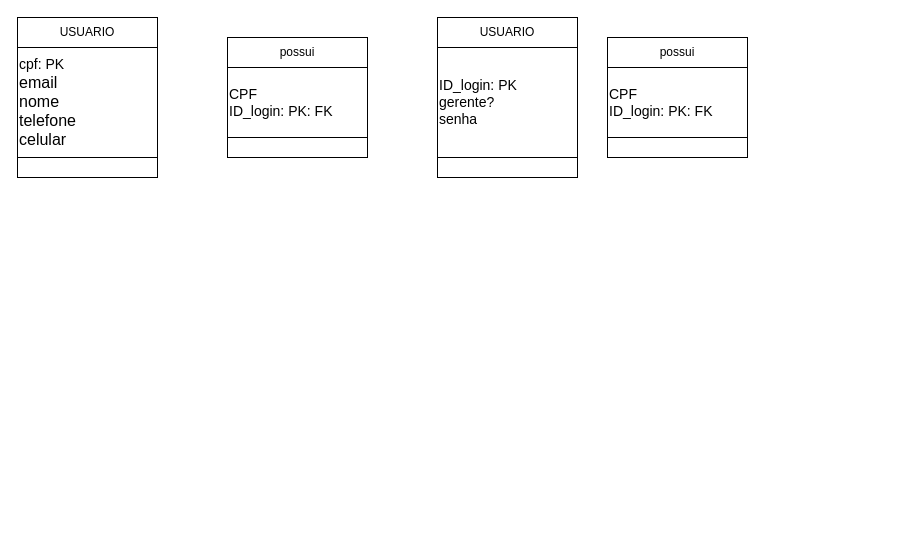
Thiago163/api_sistema_trienal keeps this draw.io diagram as lógico.drawio. Above is the earlier version. Source tidied: cells renumbered, new cells numbered last; positions are measured from the earlier drawing's top-left corner, leaving out a move shared by most shapes. Both pictures are drawn from the tidied source at 100%, with x=0, y=0 at pixel (17, 17).
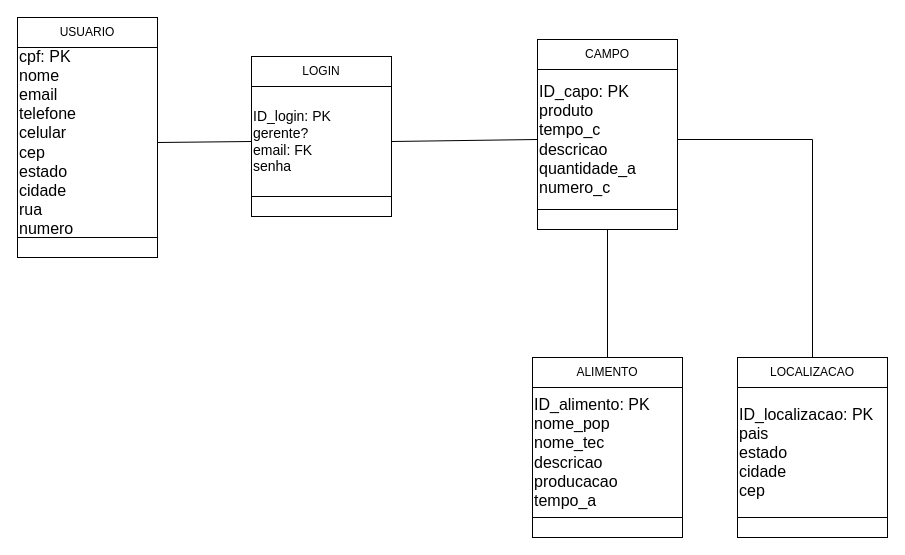
After the change.

The edit, as a diff of the source:
```diff
@@
     <mxCell id="2" style="rounded=0;whiteSpace=wrap;html=1;" parent="1" vertex="1">
-      <mxGeometry width="140" height="160" as="geometry" />
+      <mxGeometry width="140" height="240" as="geometry" />
     </mxCell>
@@
-    <mxCell id="4" value="&lt;font style=&quot;font-size: 14px;&quot;&gt;cpf: PK&lt;/font&gt;&lt;div&gt;&lt;font size=&quot;3&quot;&gt;email&lt;/font&gt;&lt;/div&gt;&lt;div&gt;&lt;font size=&quot;3&quot;&gt;nome&lt;/font&gt;&lt;/div&gt;&lt;div&gt;&lt;font size=&quot;3&quot;&gt;telefone&lt;/font&gt;&lt;/div&gt;&lt;div&gt;&lt;font size=&quot;3&quot;&gt;celular&lt;/font&gt;&lt;/div&gt;" style="rounded=0;whiteSpace=wrap;html=1;align=left;" parent="1" vertex="1">
-      <mxGeometry y="30" width="140" height="110" as="geometry" />
+    <mxCell id="4" value="&lt;div&gt;&lt;span style=&quot;font-size: medium;&quot;&gt;cpf: PK&lt;/span&gt;&lt;font size=&quot;3&quot;&gt;&lt;br&gt;&lt;/font&gt;&lt;/div&gt;&lt;div&gt;&lt;div&gt;&lt;font size=&quot;3&quot;&gt;nome&lt;/font&gt;&lt;/div&gt;&lt;/div&gt;&lt;div&gt;&lt;font size=&quot;3&quot;&gt;email&lt;/font&gt;&lt;/div&gt;&lt;div&gt;&lt;span style=&quot;font-size: medium; background-color: initial;&quot;&gt;telefone&lt;/span&gt;&lt;br&gt;&lt;/div&gt;&lt;div&gt;&lt;font size=&quot;3&quot;&gt;celular&lt;/font&gt;&lt;/div&gt;&lt;div&gt;&lt;font size=&quot;3&quot;&gt;cep&lt;/font&gt;&lt;/div&gt;&lt;div&gt;&lt;font size=&quot;3&quot;&gt;estado&lt;/font&gt;&lt;/div&gt;&lt;div&gt;&lt;font size=&quot;3&quot;&gt;cidade&lt;/font&gt;&lt;/div&gt;&lt;div&gt;&lt;font size=&quot;3&quot;&gt;rua&lt;/font&gt;&lt;/div&gt;&lt;div&gt;&lt;font size=&quot;3&quot;&gt;numero&lt;/font&gt;&lt;/div&gt;" style="rounded=0;whiteSpace=wrap;html=1;align=left;" parent="1" vertex="1">
+      <mxGeometry y="30" width="140" height="190" as="geometry" />
     </mxCell>
-    <mxCell id="5" style="rounded=0;whiteSpace=wrap;html=1;" parent="1" vertex="1">
-      <mxGeometry x="210" y="20" width="140" height="120" as="geometry" />
-    </mxCell>
-    <mxCell id="6" value="possui" style="rounded=0;whiteSpace=wrap;html=1;" parent="1" vertex="1">
-      <mxGeometry x="210" y="20" width="140" height="30" as="geometry" />
-    </mxCell>
-    <mxCell id="7" value="&lt;span style=&quot;font-size: 14px;&quot;&gt;CPF&lt;/span&gt;&lt;div&gt;&lt;span style=&quot;font-size: 14px;&quot;&gt;ID_login: PK: FK&lt;/span&gt;&lt;/div&gt;" style="rounded=0;whiteSpace=wrap;html=1;align=left;" parent="1" vertex="1">
-      <mxGeometry x="210" y="50" width="140" height="70" as="geometry" />
-    </mxCell>
     <mxCell id="8" style="rounded=0;whiteSpace=wrap;html=1;" parent="1" vertex="1">
-      <mxGeometry x="420" width="140" height="160" as="geometry" />
+      <mxGeometry x="234" y="39" width="140" height="160" as="geometry" />
     </mxCell>
-    <mxCell id="9" value="USUARIO" style="rounded=0;whiteSpace=wrap;html=1;" parent="1" vertex="1">
-      <mxGeometry x="420" width="140" height="30" as="geometry" />
+    <mxCell id="9" value="LOGIN" style="rounded=0;whiteSpace=wrap;html=1;" parent="1" vertex="1">
+      <mxGeometry x="234" y="39" width="140" height="30" as="geometry" />
     </mxCell>
-    <mxCell id="10" value="&lt;span style=&quot;font-size: 14px;&quot;&gt;ID_login: PK&lt;/span&gt;&lt;div&gt;&lt;span style=&quot;font-size: 14px;&quot;&gt;gerente?&lt;/span&gt;&lt;/div&gt;&lt;div&gt;&lt;span style=&quot;font-size: 14px;&quot;&gt;senha&lt;/span&gt;&lt;/div&gt;" style="rounded=0;whiteSpace=wrap;html=1;align=left;" parent="1" vertex="1">
-      <mxGeometry x="420" y="30" width="140" height="110" as="geometry" />
+    <mxCell id="10" value="&lt;span style=&quot;font-size: 14px;&quot;&gt;ID_login: PK&lt;/span&gt;&lt;div&gt;&lt;span style=&quot;font-size: 14px;&quot;&gt;gerente?&lt;/span&gt;&lt;/div&gt;&lt;div&gt;&lt;span style=&quot;font-size: 14px;&quot;&gt;email: FK&lt;/span&gt;&lt;/div&gt;&lt;div&gt;&lt;span style=&quot;font-size: 14px;&quot;&gt;senha&lt;/span&gt;&lt;/div&gt;" style="rounded=0;whiteSpace=wrap;html=1;align=left;" parent="1" vertex="1">
+      <mxGeometry x="234" y="69" width="140" height="110" as="geometry" />
     </mxCell>
-    <mxCell id="11" style="rounded=0;whiteSpace=wrap;html=1;" parent="1" vertex="1">
-      <mxGeometry x="590" y="20" width="140" height="120" as="geometry" />
-    </mxCell>
-    <mxCell id="12" value="possui" style="rounded=0;whiteSpace=wrap;html=1;" parent="1" vertex="1">
-      <mxGeometry x="590" y="20" width="140" height="30" as="geometry" />
-    </mxCell>
-    <mxCell id="13" value="&lt;span style=&quot;font-size: 14px;&quot;&gt;CPF&lt;/span&gt;&lt;div&gt;&lt;span style=&quot;font-size: 14px;&quot;&gt;ID_login: PK: FK&lt;/span&gt;&lt;/div&gt;" style="rounded=0;whiteSpace=wrap;html=1;align=left;" parent="1" vertex="1">
-      <mxGeometry x="590" y="50" width="140" height="70" as="geometry" />
-    </mxCell>
+    <mxCell id="14" style="rounded=0;whiteSpace=wrap;html=1;" parent="1" vertex="1">
+      <mxGeometry x="520" y="22" width="140" height="190" as="geometry" />
+    </mxCell>
+    <mxCell id="15" value="CAMPO" style="rounded=0;whiteSpace=wrap;html=1;" parent="1" vertex="1">
+      <mxGeometry x="520" y="22" width="140" height="30" as="geometry" />
+    </mxCell>
+    <mxCell id="16" value="&lt;div&gt;&lt;font size=&quot;3&quot;&gt;ID_capo: PK&lt;/font&gt;&lt;/div&gt;&lt;div&gt;&lt;font size=&quot;3&quot;&gt;produto&lt;/font&gt;&lt;/div&gt;&lt;div&gt;&lt;font size=&quot;3&quot;&gt;tempo_c&lt;/font&gt;&lt;/div&gt;&lt;div&gt;&lt;font size=&quot;3&quot;&gt;descricao&lt;/font&gt;&lt;/div&gt;&lt;div&gt;&lt;font size=&quot;3&quot;&gt;quantidade_a&lt;/font&gt;&lt;/div&gt;&lt;div&gt;&lt;font size=&quot;3&quot;&gt;numero_c&lt;/font&gt;&lt;/div&gt;" style="rounded=0;whiteSpace=wrap;html=1;align=left;" parent="1" vertex="1">
+      <mxGeometry x="520" y="52" width="140" height="140" as="geometry" />
+    </mxCell>
+    <mxCell id="17" style="rounded=0;whiteSpace=wrap;html=1;" parent="1" vertex="1">
+      <mxGeometry x="720" y="340" width="150" height="180" as="geometry" />
+    </mxCell>
+    <mxCell id="18" value="LOCALIZACAO" style="rounded=0;whiteSpace=wrap;html=1;" parent="1" vertex="1">
+      <mxGeometry x="720" y="340" width="150" height="30" as="geometry" />
+    </mxCell>
+    <mxCell id="19" value="&lt;div&gt;&lt;font size=&quot;3&quot;&gt;ID_localizacao: PK&lt;/font&gt;&lt;/div&gt;&lt;div&gt;&lt;font size=&quot;3&quot;&gt;pais&lt;/font&gt;&lt;/div&gt;&lt;div&gt;&lt;font size=&quot;3&quot;&gt;estado&lt;/font&gt;&lt;/div&gt;&lt;div&gt;&lt;font size=&quot;3&quot;&gt;cidade&lt;/font&gt;&lt;/div&gt;&lt;div&gt;&lt;font size=&quot;3&quot;&gt;cep&lt;/font&gt;&lt;/div&gt;" style="rounded=0;whiteSpace=wrap;html=1;align=left;" parent="1" vertex="1">
+      <mxGeometry x="720" y="370" width="150" height="130" as="geometry" />
+    </mxCell>
+    <mxCell id="20" style="rounded=0;whiteSpace=wrap;html=1;" parent="1" vertex="1">
+      <mxGeometry x="515" y="340" width="150" height="180" as="geometry" />
+    </mxCell>
+    <mxCell id="21" value="ALIMENTO" style="rounded=0;whiteSpace=wrap;html=1;" parent="1" vertex="1">
+      <mxGeometry x="515" y="340" width="150" height="30" as="geometry" />
+    </mxCell>
+    <mxCell id="22" value="&lt;div&gt;&lt;font size=&quot;3&quot;&gt;ID_alimento: PK&lt;/font&gt;&lt;/div&gt;&lt;div&gt;&lt;font size=&quot;3&quot;&gt;nome_pop&lt;/font&gt;&lt;/div&gt;&lt;div&gt;&lt;font size=&quot;3&quot;&gt;nome_tec&lt;/font&gt;&lt;/div&gt;&lt;div&gt;&lt;font size=&quot;3&quot;&gt;descricao&lt;/font&gt;&lt;/div&gt;&lt;div&gt;&lt;font size=&quot;3&quot;&gt;producacao&lt;/font&gt;&lt;/div&gt;&lt;div&gt;&lt;font size=&quot;3&quot;&gt;tempo_a&lt;/font&gt;&lt;/div&gt;" style="rounded=0;whiteSpace=wrap;html=1;align=left;" parent="1" vertex="1">
+      <mxGeometry x="515" y="370" width="150" height="130" as="geometry" />
+    </mxCell>
+    <mxCell id="23" style="endArrow=none;html=1;rounded=0;exitX=1;exitY=0.5;exitDx=0;exitDy=0;entryX=0;entryY=0.5;entryDx=0;entryDy=0;" parent="1" edge="1" source="4" target="10">
+      <mxGeometry relative="1" as="geometry" />
+    </mxCell>
+    <mxCell id="24" style="endArrow=none;html=1;rounded=0;exitX=1;exitY=0.5;exitDx=0;exitDy=0;entryX=0;entryY=0.5;entryDx=0;entryDy=0;" parent="1" edge="1" source="10" target="16">
+      <mxGeometry relative="1" as="geometry" />
+    </mxCell>
+    <mxCell id="25" style="endArrow=none;html=1;rounded=0;exitX=1;exitY=0.5;exitDx=0;exitDy=0;entryX=0.5;entryY=0;entryDx=0;entryDy=0;" parent="1" edge="1" source="16" target="18">
+      <mxGeometry relative="1" as="geometry">
+        <Array as="points">
+          <mxPoint x="795" y="122" />
+        </Array>
+      </mxGeometry>
+    </mxCell>
+    <mxCell id="26" style="endArrow=none;html=1;rounded=0;entryX=0.5;entryY=1;entryDx=0;entryDy=0;exitX=0.5;exitY=0;exitDx=0;exitDy=0;" parent="1" edge="1" source="21" target="14">
+      <mxGeometry relative="1" as="geometry" />
+    </mxCell>
```
